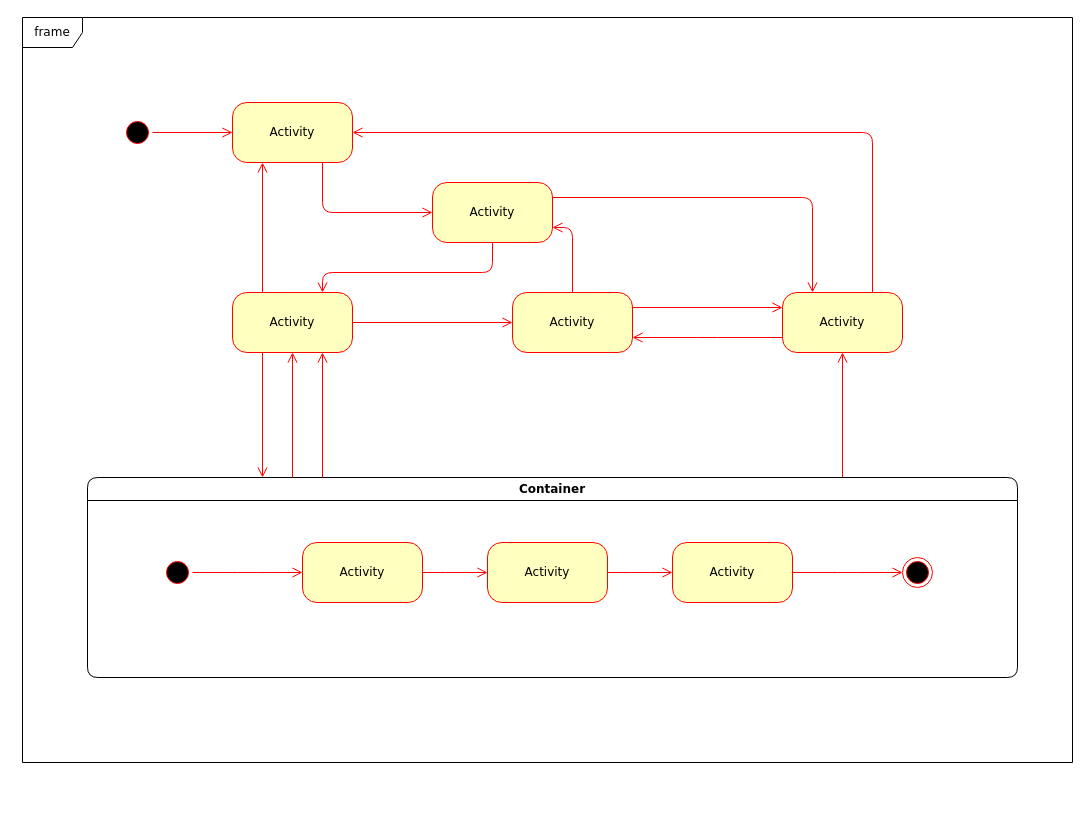
Above: public/Untitled Diagram.drawio in simchildress/NoTrebleTesting (draw.io), before the change. Source tidied: cells renumbered, new cells numbered last; positions are measured from the earlier drawing's top-left corner, leaving out a move shared by most shapes. Both pictures are drawn from the tidied source at 100%, with x=0, y=0 at pixel (22, 17).
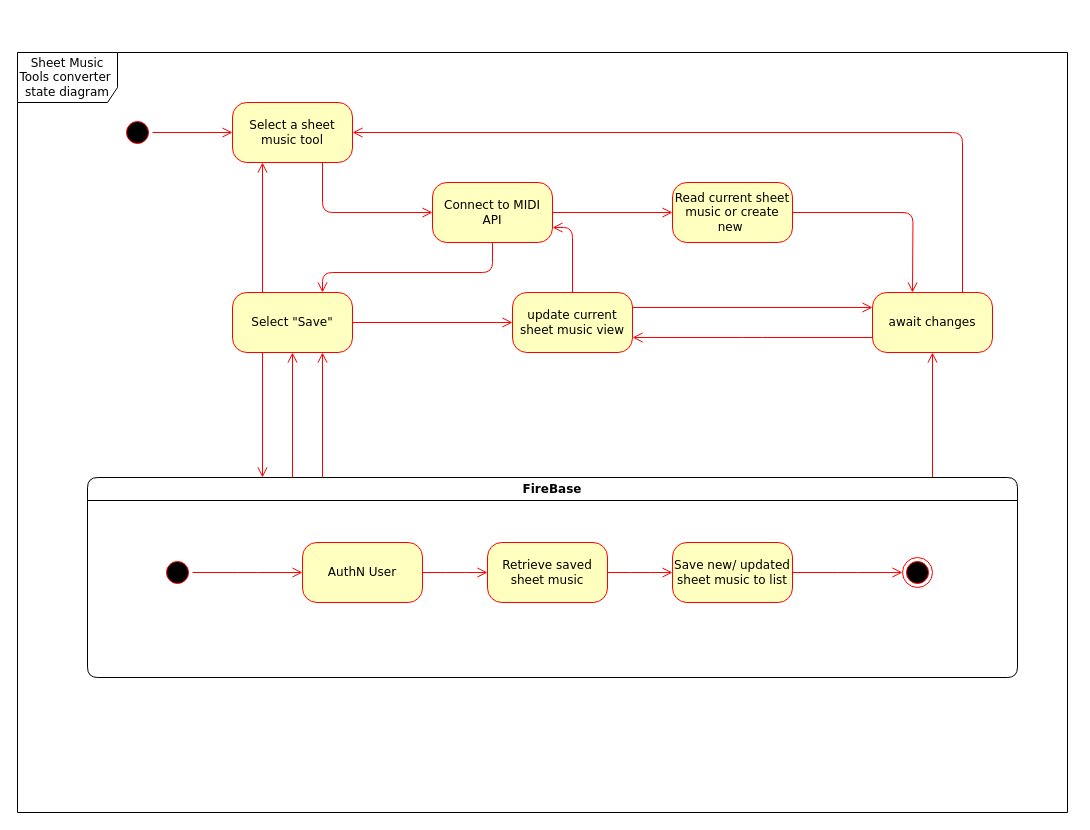
Above is the later version.

Commit message:
Sheet Music Tools backend sheet music converter state diagram

Change to the diagram source:
```diff
@@
+    <mxCell id="22" value="Sheet Music Tools converter&amp;nbsp; state diagram" style="shape=umlFrame;whiteSpace=wrap;html=1;rounded=1;shadow=0;comic=0;labelBackgroundColor=none;strokeWidth=1;fontFamily=Verdana;fontSize=12;align=center;width=100;height=50;" parent="1" vertex="1">
+      <mxGeometry x="-5" y="35" width="1050" height="760" as="geometry" />
+    </mxCell>
@@
-    <mxCell id="3" value="Activity" style="rounded=1;whiteSpace=wrap;html=1;arcSize=24;fillColor=#ffffc0;strokeColor=#ff0000;shadow=0;comic=0;labelBackgroundColor=none;fontFamily=Verdana;fontSize=12;fontColor=#000000;align=center;" parent="1" vertex="1">
+    <mxCell id="3" value="Select &quot;Save&quot;" style="rounded=1;whiteSpace=wrap;html=1;arcSize=24;fillColor=#ffffc0;strokeColor=#ff0000;shadow=0;comic=0;labelBackgroundColor=none;fontFamily=Verdana;fontSize=12;fontColor=#000000;align=center;" parent="1" vertex="1">
       <mxGeometry x="210" y="275" width="120" height="60" as="geometry" />
     </mxCell>
-    <mxCell id="4" value="Activity" style="rounded=1;whiteSpace=wrap;html=1;arcSize=24;fillColor=#ffffc0;strokeColor=#ff0000;shadow=0;comic=0;labelBackgroundColor=none;fontFamily=Verdana;fontSize=12;fontColor=#000000;align=center;" parent="1" vertex="1">
+    <mxCell id="4" value="Select a sheet music tool" style="rounded=1;whiteSpace=wrap;html=1;arcSize=24;fillColor=#ffffc0;strokeColor=#ff0000;shadow=0;comic=0;labelBackgroundColor=none;fontFamily=Verdana;fontSize=12;fontColor=#000000;align=center;" parent="1" vertex="1">
       <mxGeometry x="210" y="85" width="120" height="60" as="geometry" />
     </mxCell>
-    <mxCell id="5" style="edgeStyle=orthogonalEdgeStyle;html=1;exitX=1;exitY=0.25;entryX=0.25;entryY=0;labelBackgroundColor=none;endArrow=open;endSize=8;strokeColor=#ff0000;fontFamily=Verdana;fontSize=12;align=left;" parent="1" edge="1" source="6" target="9">
-      <mxGeometry relative="1" as="geometry" />
+    <mxCell id="5" style="edgeStyle=orthogonalEdgeStyle;html=1;entryX=0.25;entryY=0;labelBackgroundColor=none;endArrow=open;endSize=8;strokeColor=#ff0000;fontFamily=Verdana;fontSize=12;align=left;exitX=1;exitY=0.5;exitDx=0;exitDy=0;" parent="1" edge="1" source="33">
+      <mxGeometry relative="1" as="geometry">
+        <mxPoint x="890" y="275" as="targetPoint" />
+      </mxGeometry>
     </mxCell>
-    <mxCell id="6" value="Activity" style="rounded=1;whiteSpace=wrap;html=1;arcSize=24;fillColor=#ffffc0;strokeColor=#ff0000;shadow=0;comic=0;labelBackgroundColor=none;fontFamily=Verdana;fontSize=12;fontColor=#000000;align=center;" parent="1" vertex="1">
+    <mxCell id="6" value="Connect to MIDI API" style="rounded=1;whiteSpace=wrap;html=1;arcSize=24;fillColor=#ffffc0;strokeColor=#ff0000;shadow=0;comic=0;labelBackgroundColor=none;fontFamily=Verdana;fontSize=12;fontColor=#000000;align=center;" parent="1" vertex="1">
       <mxGeometry x="410" y="165" width="120" height="60" as="geometry" />
     </mxCell>
     <mxCell id="7" style="edgeStyle=orthogonalEdgeStyle;html=1;exitX=0.75;exitY=0;entryX=1;entryY=0.5;labelBackgroundColor=none;endArrow=open;endSize=8;strokeColor=#ff0000;fontFamily=Verdana;fontSize=12;align=left;" parent="1" edge="1" source="9" target="4">
       <mxGeometry relative="1" as="geometry">
         <Array as="points">
-          <mxPoint x="850" y="115" />
+          <mxPoint x="940" y="115" />
         </Array>
       </mxGeometry>
     </mxCell>
@@
-    <mxCell id="9" value="Activity" style="rounded=1;whiteSpace=wrap;html=1;arcSize=24;fillColor=#ffffc0;strokeColor=#ff0000;shadow=0;comic=0;labelBackgroundColor=none;fontFamily=Verdana;fontSize=12;fontColor=#000000;align=center;" parent="1" vertex="1">
-      <mxGeometry x="760" y="275" width="120" height="60" as="geometry" />
+    <mxCell id="9" value="await changes" style="rounded=1;whiteSpace=wrap;html=1;arcSize=24;fillColor=#ffffc0;strokeColor=#ff0000;shadow=0;comic=0;labelBackgroundColor=none;fontFamily=Verdana;fontSize=12;fontColor=#000000;align=center;" parent="1" vertex="1">
+      <mxGeometry x="850" y="275" width="120" height="60" as="geometry" />
     </mxCell>
-    <mxCell id="10" value="Activity" style="rounded=1;whiteSpace=wrap;html=1;arcSize=24;fillColor=#ffffc0;strokeColor=#ff0000;shadow=0;comic=0;labelBackgroundColor=none;fontFamily=Verdana;fontSize=12;fontColor=#000000;align=center;" parent="1" vertex="1">
+    <mxCell id="10" value="update current sheet music view" style="rounded=1;whiteSpace=wrap;html=1;arcSize=24;fillColor=#ffffc0;strokeColor=#ff0000;shadow=0;comic=0;labelBackgroundColor=none;fontFamily=Verdana;fontSize=12;fontColor=#000000;align=center;" parent="1" vertex="1">
       <mxGeometry x="490" y="275" width="120" height="60" as="geometry" />
     </mxCell>
@@
-    <mxCell id="12" value="Container" style="swimlane;whiteSpace=wrap;html=1;rounded=1;shadow=0;comic=0;labelBackgroundColor=none;strokeWidth=1;fontFamily=Verdana;fontSize=12;align=center;" parent="1" vertex="1">
+    <mxCell id="12" value="FireBase" style="swimlane;whiteSpace=wrap;html=1;rounded=1;shadow=0;comic=0;labelBackgroundColor=none;strokeWidth=1;fontFamily=Verdana;fontSize=12;align=center;" parent="1" vertex="1">
       <mxGeometry x="65" y="460" width="930" height="200" as="geometry" />
     </mxCell>
@@
-    <mxCell id="14" value="Activity" style="rounded=1;whiteSpace=wrap;html=1;arcSize=24;fillColor=#ffffc0;strokeColor=#ff0000;shadow=0;comic=0;labelBackgroundColor=none;fontFamily=Verdana;fontSize=12;fontColor=#000000;align=center;" parent="12" vertex="1">
+    <mxCell id="14" value="AuthN User" style="rounded=1;whiteSpace=wrap;html=1;arcSize=24;fillColor=#ffffc0;strokeColor=#ff0000;shadow=0;comic=0;labelBackgroundColor=none;fontFamily=Verdana;fontSize=12;fontColor=#000000;align=center;" parent="12" vertex="1">
       <mxGeometry x="215" y="65" width="120" height="60" as="geometry" />
     </mxCell>
@@
-    <mxCell id="19" value="Activity" style="rounded=1;whiteSpace=wrap;html=1;arcSize=24;fillColor=#ffffc0;strokeColor=#ff0000;shadow=0;comic=0;labelBackgroundColor=none;fontFamily=Verdana;fontSize=12;fontColor=#000000;align=center;" parent="12" vertex="1">
+    <mxCell id="19" value="Retrieve saved sheet music" style="rounded=1;whiteSpace=wrap;html=1;arcSize=24;fillColor=#ffffc0;strokeColor=#ff0000;shadow=0;comic=0;labelBackgroundColor=none;fontFamily=Verdana;fontSize=12;fontColor=#000000;align=center;" parent="12" vertex="1">
       <mxGeometry x="400" y="65" width="120" height="60" as="geometry" />
     </mxCell>
@@
-    <mxCell id="21" value="Activity" style="rounded=1;whiteSpace=wrap;html=1;arcSize=24;fillColor=#ffffc0;strokeColor=#ff0000;shadow=0;comic=0;labelBackgroundColor=none;fontFamily=Verdana;fontSize=12;fontColor=#000000;align=center;" parent="12" vertex="1">
+    <mxCell id="21" value="Save new/ updated sheet music to list" style="rounded=1;whiteSpace=wrap;html=1;arcSize=24;fillColor=#ffffc0;strokeColor=#ff0000;shadow=0;comic=0;labelBackgroundColor=none;fontFamily=Verdana;fontSize=12;fontColor=#000000;align=center;" parent="12" vertex="1">
       <mxGeometry x="585" y="65" width="120" height="60" as="geometry" />
     </mxCell>
-    <mxCell id="22" value="frame" style="shape=umlFrame;whiteSpace=wrap;html=1;rounded=1;shadow=0;comic=0;labelBackgroundColor=none;strokeWidth=1;fontFamily=Verdana;fontSize=12;align=center;" parent="1" vertex="1">
-      <mxGeometry width="1050" height="745" as="geometry" />
-    </mxCell>
@@
+    <mxCell id="33" value="Read current sheet music or create new&amp;nbsp;" style="rounded=1;whiteSpace=wrap;html=1;arcSize=24;fillColor=#ffffc0;strokeColor=#ff0000;shadow=0;comic=0;labelBackgroundColor=none;fontFamily=Verdana;fontSize=12;fontColor=#000000;align=center;" parent="1" vertex="1">
+      <mxGeometry x="650" y="165" width="120" height="60" as="geometry" />
+    </mxCell>
+    <mxCell id="34" style="edgeStyle=orthogonalEdgeStyle;html=1;labelBackgroundColor=none;endArrow=open;endSize=8;strokeColor=#ff0000;fontFamily=Verdana;fontSize=12;align=left;exitX=1;exitY=0.5;exitDx=0;exitDy=0;entryX=0;entryY=0.5;entryDx=0;entryDy=0;" parent="1" edge="1" source="6" target="33">
+      <mxGeometry relative="1" as="geometry" />
+    </mxCell>
```
